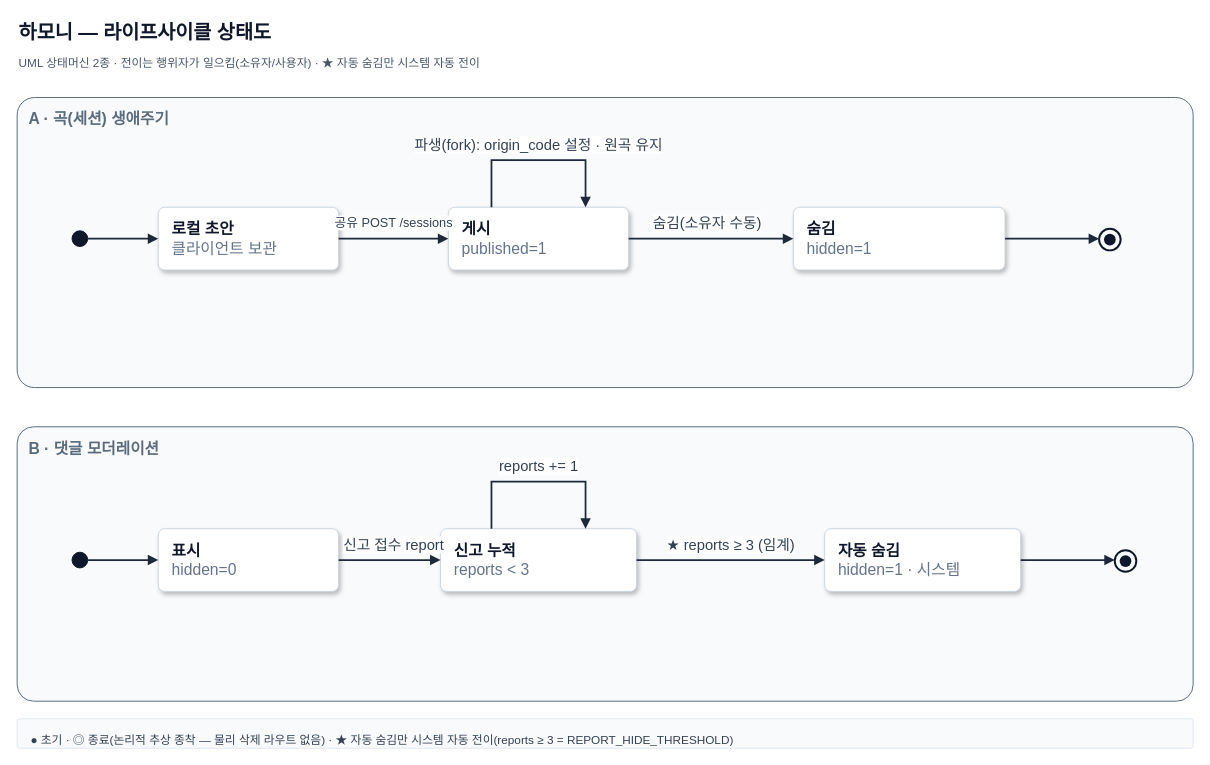
Earlier version of the draw.io diagram 산출물/04_시스템설계/하모니_라이프사이클_상태도.drawio (Appintos-Harmony/appintoss-meetup). Source tidied: cells renumbered, new cells numbered last; positions are measured from the earlier drawing's top-left corner, leaving out a move shared by most shapes. Both pictures are drawn from the tidied source at 98%, with x=0, y=0 at pixel (17, 17).
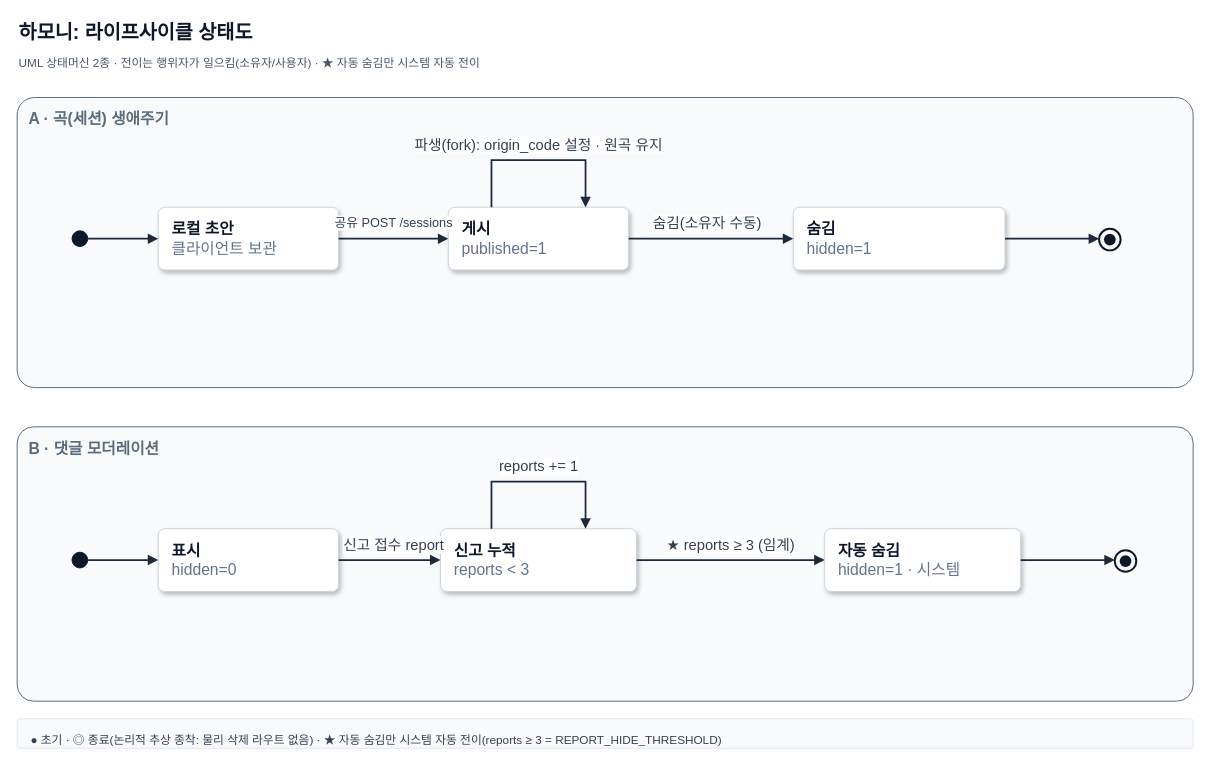
The same diagram, later.

Diff of the diagram source:
```diff
@@
-    <mxCell id="2" value="&lt;b style=&quot;font-size:20px&quot;&gt;하모니 — 라이프사이클 상태도&lt;/b&gt;" style="text;html=1;align=left;verticalAlign=middle;fontColor=#0F172A;" parent="1" vertex="1">
+    <mxCell id="2" value="&lt;b style=&quot;font-size:20px&quot;&gt;하모니: 라이프사이클 상태도&lt;/b&gt;" style="text;html=1;align=left;verticalAlign=middle;fontColor=#0F172A;" parent="1" vertex="1">
       <mxGeometry width="1000" height="30" as="geometry" />
     </mxCell>
@@
-    <mxCell id="28" value="● 초기 · ◎ 종료(논리적 추상 종착 — 물리 삭제 라우트 없음) · ★ 자동 숨김만 시스템 자동 전이(reports ≥ 3 = REPORT_HIDE_THRESHOLD)&amp;nbsp;" style="rounded=1;arcSize=8;html=1;whiteSpace=wrap;align=left;verticalAlign=top;spacingLeft=12;spacingTop=8;fontSize=12;fillColor=#F8FAFC;strokeColor=#E2E8F0;fontColor=#334155;" parent="1" vertex="1">
+    <mxCell id="28" value="● 초기 · ◎ 종료(논리적 추상 종착: 물리 삭제 라우트 없음) · ★ 자동 숨김만 시스템 자동 전이(reports ≥ 3 = REPORT_HIDE_THRESHOLD)&amp;nbsp;" style="rounded=1;arcSize=8;html=1;whiteSpace=wrap;align=left;verticalAlign=top;spacingLeft=12;spacingTop=8;fontSize=12;fillColor=#F8FAFC;strokeColor=#E2E8F0;fontColor=#334155;" parent="1" vertex="1">
       <mxGeometry y="716" width="1200" height="30" as="geometry" />
     </mxCell>
```
